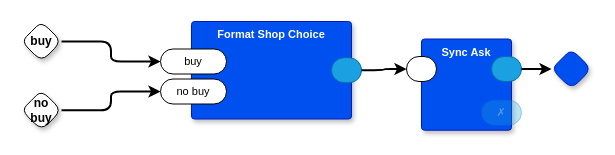
guitarvydas/dc0d keeps this draw.io diagram as page "Shop Choice" (19 of 19) of dc0d.drawio. Above is the earlier version. Source tidied: cells renumbered, new cells numbered last; positions are measured from the earlier drawing's top-left corner, leaving out a move shared by most shapes. Both pictures are drawn from the tidied source at 100%, with x=0, y=0 at pixel (21, 21).
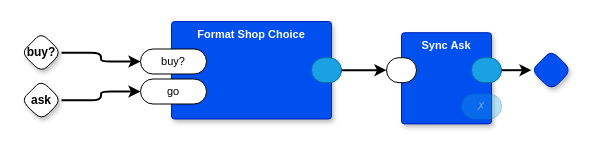
The same page after the edit.

Commit message (it also covers changes not shown here):
begin choice

The edit, as a diff of the source:
```diff
@@
 <mxGraphModel>
   <root>
-    <mxCell id="0" />
-    <mxCell id="1" parent="0" />
-    <mxCell id="2" value="buy" style="rhombus;whiteSpace=wrap;html=1;rounded=1;fontStyle=1;glass=0;sketch=0;fontSize=12;points=[[0,0.5,0,0,0],[0.5,0,0,0,0],[0.5,1,0,0,0],[1,0.5,0,0,0]];shadow=1;fontFamily=Helvetica;fontColor=default;" parent="1" vertex="1">
-      <mxGeometry width="40" height="40" as="geometry" />
-    </mxCell>
-    <mxCell id="3" value="no buy" style="rhombus;whiteSpace=wrap;html=1;rounded=1;fontStyle=1;glass=0;sketch=0;fontSize=12;points=[[0,0.5,0,0,0],[0.5,0,0,0,0],[0.5,1,0,0,0],[1,0.5,0,0,0]];shadow=1;fontFamily=Helvetica;fontColor=default;" parent="1" vertex="1">
-      <mxGeometry y="68.8" width="40" height="40" as="geometry" />
-    </mxCell>
-    <mxCell id="4" style="edgeStyle=orthogonalEdgeStyle;shape=connector;curved=0;rounded=1;jettySize=auto;html=1;exitX=1;exitY=0.5;exitDx=0;exitDy=0;exitPerimeter=0;entryX=0;entryY=0.5;entryDx=0;entryDy=0;entryPerimeter=0;labelBackgroundColor=default;strokeColor=default;strokeWidth=2;align=center;verticalAlign=middle;fontFamily=Helvetica;fontSize=11;fontColor=default;endArrow=classic;" parent="1" edge="1" source="2" target="13">
-      <mxGeometry relative="1" as="geometry" />
-    </mxCell>
-    <mxCell id="5" style="edgeStyle=orthogonalEdgeStyle;shape=connector;curved=0;rounded=1;jettySize=auto;html=1;exitX=1;exitY=0.5;exitDx=0;exitDy=0;exitPerimeter=0;labelBackgroundColor=default;strokeColor=default;strokeWidth=2;align=center;verticalAlign=middle;fontFamily=Helvetica;fontSize=11;fontColor=default;endArrow=classic;entryX=0;entryY=0.5;entryDx=0;entryDy=0;entryPerimeter=0;" parent="1" edge="1" source="3" target="12">
-      <mxGeometry relative="1" as="geometry" />
-    </mxCell>
+    <mxCell id="17" />
+    <mxCell id="18" parent="17" />
+    <mxCell id="19" value="buy?" style="rhombus;whiteSpace=wrap;html=1;rounded=1;fontStyle=1;glass=0;sketch=0;fontSize=12;points=[[0,0.5,0,0,0],[0.5,0,0,0,0],[0.5,1,0,0,0],[1,0.5,0,0,0]];shadow=1;fontFamily=Helvetica;fontColor=default;" parent="18" vertex="1">
+      <mxGeometry y="11.2" width="40" height="40" as="geometry" />
+    </mxCell>
+    <mxCell id="20" value="ask" style="rhombus;whiteSpace=wrap;html=1;rounded=1;fontStyle=1;glass=0;sketch=0;fontSize=12;points=[[0,0.5,0,0,0],[0.5,0,0,0,0],[0.5,1,0,0,0],[1,0.5,0,0,0]];shadow=1;fontFamily=Helvetica;fontColor=default;" parent="18" vertex="1">
+      <mxGeometry y="58.8" width="40" height="40" as="geometry" />
+    </mxCell>
+    <mxCell id="21" style="edgeStyle=orthogonalEdgeStyle;shape=connector;curved=0;rounded=1;jettySize=auto;html=1;exitX=1;exitY=0.5;exitDx=0;exitDy=0;exitPerimeter=0;labelBackgroundColor=default;strokeColor=default;strokeWidth=2;align=center;verticalAlign=middle;fontFamily=Helvetica;fontSize=11;fontColor=default;endArrow=classic;entryX=0;entryY=0.5;entryDx=0;entryDy=0;entryPerimeter=0;" parent="18" edge="1" source="19" target="26">
+      <mxGeometry relative="1" as="geometry" />
+    </mxCell>
+    <mxCell id="22" style="edgeStyle=orthogonalEdgeStyle;shape=connector;curved=0;rounded=1;jettySize=auto;html=1;exitX=1;exitY=0.5;exitDx=0;exitDy=0;exitPerimeter=0;labelBackgroundColor=default;strokeColor=default;strokeWidth=2;align=center;verticalAlign=middle;fontFamily=Helvetica;fontSize=11;fontColor=default;endArrow=classic;entryX=0;entryY=0.5;entryDx=0;entryDy=0;entryPerimeter=0;" parent="18" edge="1" source="20" target="25">
+      <mxGeometry relative="1" as="geometry" />
+    </mxCell>
-    <mxCell id="6" value="Sync Ask" style="rounded=1;whiteSpace=wrap;html=1;sketch=0;verticalAlign=top;arcSize=6;fontStyle=1;absoluteArcSize=1;shadow=1;strokeColor=#001DBC;fillColor=#0050ef;fontColor=#ffffff;fontFamily=Helvetica;fontSize=11;" parent="1" vertex="1">
-      <mxGeometry x="400" y="17.5" width="90" height="91.2" as="geometry" />
+    <mxCell id="6" value="Sync Ask" style="rounded=1;whiteSpace=wrap;html=1;sketch=0;verticalAlign=top;arcSize=6;fontStyle=1;absoluteArcSize=1;shadow=1;strokeColor=#001DBC;fillColor=#0050ef;fontColor=#ffffff;fontFamily=Helvetica;fontSize=11;" parent="18" vertex="1">
+      <mxGeometry x="380" y="11.2" width="90" height="91.2" as="geometry" />
     </mxCell>
-    <mxCell id="7" style="rounded=1;whiteSpace=wrap;html=1;sketch=0;points=[[0,0.5,0,0,0],[1,0.5,0,0,0]];arcSize=50;fontFamily=Helvetica;fontSize=11;fontColor=default;" parent="6" vertex="1">
-      <mxGeometry x="-15" y="17.5" width="30" height="25" as="geometry" />
-    </mxCell>
-    <mxCell id="8" style="rounded=1;whiteSpace=wrap;html=1;sketch=0;points=[[0,0.5,0,0,0],[1,0.5,0,0,0]];fillColor=#1ba1e2;fontColor=#ffffff;strokeColor=#006EAF;arcSize=50;fontFamily=Helvetica;fontSize=11;" parent="6" vertex="1">
-      <mxGeometry x="70" y="17.5" width="30" height="25" as="geometry" />
-    </mxCell>
+    <mxCell id="23" style="rounded=1;whiteSpace=wrap;html=1;sketch=0;points=[[0,0.5,0,0,0],[1,0.5,0,0,0]];arcSize=50;fontFamily=Helvetica;fontSize=11;fontColor=default;" parent="6" vertex="1">
+      <mxGeometry x="-15" y="25" width="30" height="25" as="geometry" />
+    </mxCell>
+    <mxCell id="24" style="rounded=1;whiteSpace=wrap;html=1;sketch=0;points=[[0,0.5,0,0,0],[1,0.5,0,0,0]];fillColor=#1ba1e2;fontColor=#ffffff;strokeColor=#006EAF;arcSize=50;fontFamily=Helvetica;fontSize=11;" parent="6" vertex="1">
+      <mxGeometry x="70" y="25" width="30" height="25" as="geometry" />
+    </mxCell>
     <mxCell id="9" value="✗" style="rounded=1;whiteSpace=wrap;html=1;sketch=0;fillColor=#1ba1e2;fontColor=#ffffff;strokeColor=#006EAF;arcSize=50;opacity=30;textOpacity=30;fontFamily=Helvetica;fontSize=11;" parent="6" vertex="1">
       <mxGeometry x="60" y="61.2" width="40" height="25" as="geometry" />
     </mxCell>
-    <mxCell id="10" value="Format Shop Choice" style="rounded=1;whiteSpace=wrap;html=1;sketch=0;verticalAlign=top;arcSize=6;fontStyle=1;absoluteArcSize=1;shadow=1;strokeColor=#001DBC;fillColor=#0050ef;fontColor=#ffffff;fontFamily=Helvetica;fontSize=11;" parent="1" vertex="1">
-      <mxGeometry x="170" width="160" height="97.5" as="geometry" />
+    <mxCell id="10" value="Format Shop Choice" style="rounded=1;whiteSpace=wrap;html=1;sketch=0;verticalAlign=top;arcSize=6;fontStyle=1;absoluteArcSize=1;shadow=1;strokeColor=#001DBC;fillColor=#0050ef;fontColor=#ffffff;fontFamily=Helvetica;fontSize=11;" parent="18" vertex="1">
+      <mxGeometry x="150" width="160" height="97.5" as="geometry" />
     </mxCell>
     <mxCell id="11" style="rounded=1;whiteSpace=wrap;html=1;sketch=0;points=[[0,0.5,0,0,0],[1,0.5,0,0,0]];fillColor=#1ba1e2;fontColor=#ffffff;strokeColor=#006EAF;arcSize=50;fontFamily=Helvetica;fontSize=11;" parent="10" vertex="1">
       <mxGeometry x="140" y="36.2" width="30" height="25" as="geometry" />
     </mxCell>
-    <mxCell id="12" value="no buy" style="rounded=1;whiteSpace=wrap;html=1;sketch=0;points=[[0,0.5,0,0,0],[1,0.5,0,0,0]];arcSize=50;fontFamily=Helvetica;fontSize=11;fontColor=default;" parent="10" vertex="1">
-      <mxGeometry x="-31" y="57.5" width="66" height="25" as="geometry" />
-    </mxCell>
-    <mxCell id="13" value="buy" style="rounded=1;whiteSpace=wrap;html=1;sketch=0;points=[[0,0.5,0,0,0],[1,0.5,0,0,0]];arcSize=50;fontFamily=Helvetica;fontSize=11;fontColor=default;" parent="10" vertex="1">
-      <mxGeometry x="-31" y="27.5" width="66" height="25" as="geometry" />
-    </mxCell>
-    <mxCell id="14" style="edgeStyle=orthogonalEdgeStyle;shape=connector;curved=0;rounded=1;jettySize=auto;html=1;exitX=1;exitY=0.5;exitDx=0;exitDy=0;exitPerimeter=0;entryX=0;entryY=0.5;entryDx=0;entryDy=0;entryPerimeter=0;labelBackgroundColor=default;strokeColor=default;strokeWidth=2;align=center;verticalAlign=middle;fontFamily=Helvetica;fontSize=11;fontColor=default;endArrow=classic;" parent="1" edge="1" source="11" target="7">
-      <mxGeometry relative="1" as="geometry" />
-    </mxCell>
-    <mxCell id="15" style="rhombus;whiteSpace=wrap;html=1;rounded=1;fontStyle=1;glass=0;sketch=0;fontSize=12;points=[[0,0.5,0,0,0],[0.5,0,0,0,0],[0.5,1,0,0,0],[1,0.5,0,0,0]];shadow=1;fillColor=#0050ef;fontColor=#ffffff;strokeColor=#001DBC;fontFamily=Helvetica;" parent="1" vertex="1">
-      <mxGeometry x="530" y="27.5" width="40" height="40" as="geometry" />
-    </mxCell>
-    <mxCell id="16" style="edgeStyle=orthogonalEdgeStyle;shape=connector;curved=0;rounded=1;jettySize=auto;html=1;exitX=1;exitY=0.5;exitDx=0;exitDy=0;exitPerimeter=0;entryX=0;entryY=0.5;entryDx=0;entryDy=0;entryPerimeter=0;labelBackgroundColor=default;strokeColor=default;strokeWidth=2;align=center;verticalAlign=middle;fontFamily=Helvetica;fontSize=11;fontColor=default;endArrow=classic;" parent="1" edge="1" source="8" target="15">
-      <mxGeometry relative="1" as="geometry" />
-    </mxCell>
+    <mxCell id="25" value="go" style="rounded=1;whiteSpace=wrap;html=1;sketch=0;points=[[0,0.5,0,0,0],[1,0.5,0,0,0]];arcSize=50;fontFamily=Helvetica;fontSize=11;fontColor=default;" parent="10" vertex="1">
+      <mxGeometry x="-31" y="57.5" width="66" height="25" as="geometry" />
+    </mxCell>
+    <mxCell id="26" value="buy?" style="rounded=1;whiteSpace=wrap;html=1;sketch=0;points=[[0,0.5,0,0,0],[1,0.5,0,0,0]];arcSize=50;fontFamily=Helvetica;fontSize=11;fontColor=default;" parent="10" vertex="1">
+      <mxGeometry x="-31" y="27.5" width="66" height="25" as="geometry" />
+    </mxCell>
+    <mxCell id="27" style="edgeStyle=orthogonalEdgeStyle;shape=connector;curved=0;rounded=1;jettySize=auto;html=1;exitX=1;exitY=0.5;exitDx=0;exitDy=0;exitPerimeter=0;entryX=0;entryY=0.5;entryDx=0;entryDy=0;entryPerimeter=0;labelBackgroundColor=default;strokeColor=default;strokeWidth=2;align=center;verticalAlign=middle;fontFamily=Helvetica;fontSize=11;fontColor=default;endArrow=classic;" parent="18" edge="1" source="11" target="23">
+      <mxGeometry relative="1" as="geometry" />
+    </mxCell>
+    <mxCell id="28" style="rhombus;whiteSpace=wrap;html=1;rounded=1;fontStyle=1;glass=0;sketch=0;fontSize=12;points=[[0,0.5,0,0,0],[0.5,0,0,0,0],[0.5,1,0,0,0],[1,0.5,0,0,0]];shadow=1;fillColor=#0050ef;fontColor=#ffffff;strokeColor=#001DBC;fontFamily=Helvetica;" parent="18" vertex="1">
+      <mxGeometry x="510" y="28.8" width="40" height="40" as="geometry" />
+    </mxCell>
+    <mxCell id="29" style="edgeStyle=orthogonalEdgeStyle;shape=connector;curved=0;rounded=1;jettySize=auto;html=1;exitX=1;exitY=0.5;exitDx=0;exitDy=0;exitPerimeter=0;entryX=0;entryY=0.5;entryDx=0;entryDy=0;entryPerimeter=0;labelBackgroundColor=default;strokeColor=default;strokeWidth=2;align=center;verticalAlign=middle;fontFamily=Helvetica;fontSize=11;fontColor=default;endArrow=classic;" parent="18" edge="1" source="24" target="28">
+      <mxGeometry relative="1" as="geometry" />
+    </mxCell>
   </root>
 </mxGraphModel>
```
